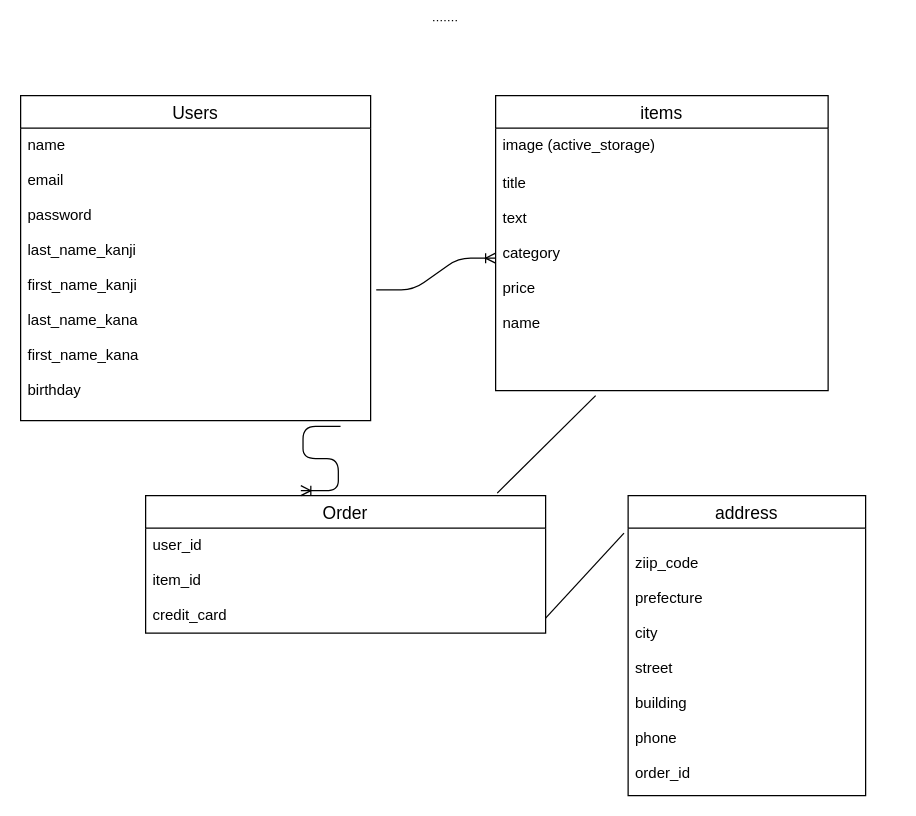
Before: furima.dio in katooomi/furima-36235, a draw.io diagram. Source tidied: cells renumbered, new cells numbered last; positions are measured from the earlier drawing's top-left corner, leaving out a move shared by most shapes. Both pictures are drawn from the tidied source at 125%, with x=0, y=0 at pixel (20, 20).
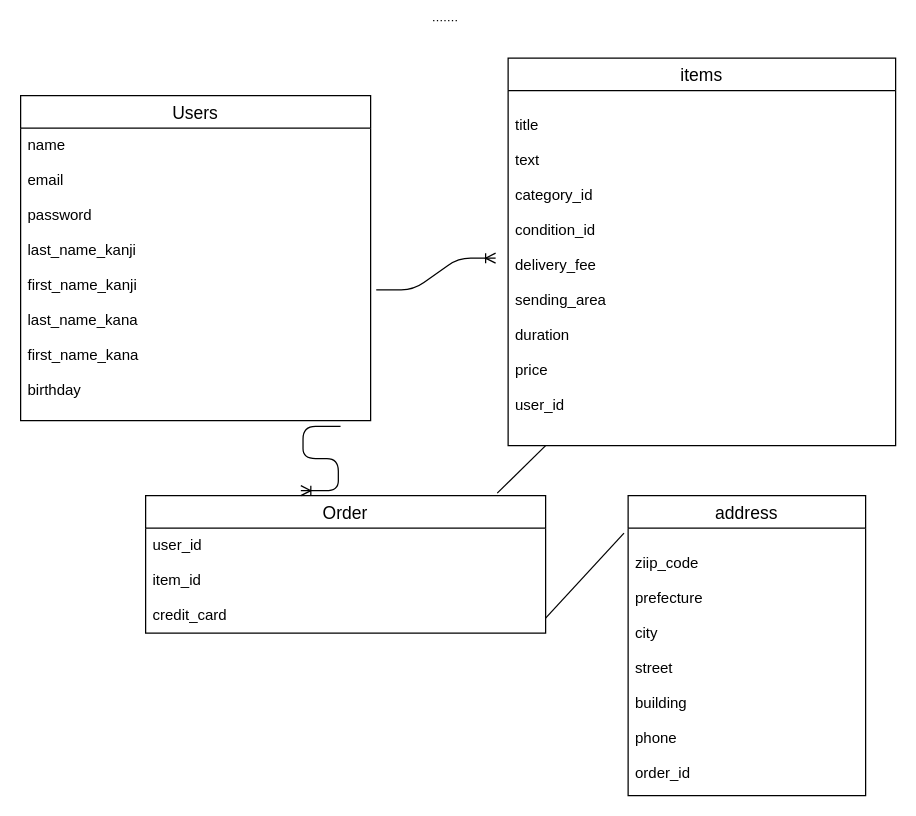
After the change.

Commit message (it also covers changes not shown here):
データ設計（修正２）

The edit, as a diff of the source:
```diff
@@
 <mxGraphModel>
   <root>
     <mxCell id="0" />
     <mxCell id="1" parent="0" />
     <mxCell id="2" value="Users" style="swimlane;fontStyle=0;horizontal=1;startSize=26;align=center;fontSize=14;" parent="1" vertex="1">
       <mxGeometry y="60" width="280" height="260" as="geometry" />
     </mxCell>
     <mxCell id="3" value="name&#10;&#10;email&#10;&#10;password&#10;&#10;last_name_kanji&#10;&#10;first_name_kanji&#10;&#10;last_name_kana&#10;&#10;first_name_kana&#10;&#10;birthday&#10;&#10;" style="text;strokeColor=none;fillColor=none;spacingLeft=4;spacingRight=4;overflow=hidden;points=[[0,0.5],[1,0.5]];portConstraint=eastwest;fontSize=12;" parent="2" vertex="1">
       <mxGeometry y="26" width="280" height="234" as="geometry" />
     </mxCell>
     <mxCell id="4" value="items" style="swimlane;fontStyle=0;horizontal=1;startSize=26;align=center;fontSize=14;" parent="1" vertex="1">
-      <mxGeometry x="380" y="60" width="266" height="236" as="geometry" />
+      <mxGeometry x="390" y="30" width="310" height="310" as="geometry" />
     </mxCell>
-    <mxCell id="5" value="image (active_storage) " style="text;strokeColor=none;fillColor=none;spacingLeft=4;spacingRight=4;overflow=hidden;fontSize=12;" parent="4" vertex="1">
-      <mxGeometry y="26" width="266" height="30" as="geometry" />
-    </mxCell>
-    <mxCell id="6" value="title&#10;&#10;text&#10;&#10;category&#10;&#10;price&#10;&#10;name&#10;&#10;&#10;" style="text;strokeColor=none;fillColor=none;spacingLeft=4;spacingRight=4;overflow=hidden;fontSize=12;" parent="4" vertex="1">
-      <mxGeometry y="56" width="266" height="180" as="geometry" />
+    <mxCell id="6" value="&#10;title&#10;&#10;text&#10;&#10;category_id&#10;&#10;condition_id&#10;&#10;delivery_fee&#10;&#10;sending_area&#10;&#10;duration&#10;&#10;price&#10;&#10;user_id&#10;&#10;" style="text;strokeColor=none;fillColor=none;spacingLeft=4;spacingRight=4;overflow=hidden;fontSize=12;" parent="4" vertex="1">
+      <mxGeometry y="26" width="310" height="284" as="geometry" />
     </mxCell>
     <mxCell id="7" value="Order" style="swimlane;fontStyle=0;horizontal=1;startSize=26;align=center;fontSize=14;" parent="1" vertex="1">
       <mxGeometry x="100" y="380" width="320" height="110" as="geometry" />
     </mxCell>
     <mxCell id="8" value="user_id&#10;&#10;item_id&#10;&#10;credit_card" style="text;strokeColor=none;fillColor=none;spacingLeft=4;spacingRight=4;overflow=hidden;fontSize=12;" parent="7" vertex="1">
       <mxGeometry y="26" width="320" height="84" as="geometry" />
     </mxCell>
     <mxCell id="9" value="address" style="swimlane;fontStyle=0;horizontal=1;startSize=26;align=center;fontSize=14;" parent="1" vertex="1">
       <mxGeometry x="486" y="380" width="190" height="240" as="geometry" />
     </mxCell>
     <mxCell id="10" value="&#10;ziip_code&#10;&#10;prefecture&#10;&#10;city&#10;&#10;street&#10;&#10;building&#10;&#10;phone&#10;&#10;order_id&#10;&#10;" style="text;strokeColor=none;fillColor=none;spacingLeft=4;spacingRight=4;overflow=hidden;fontSize=12;" parent="9" vertex="1">
       <mxGeometry y="26" width="190" height="214" as="geometry" />
     </mxCell>
     <mxCell id="11" style="edgeStyle=entityRelationEdgeStyle;fontSize=12;html=1;endArrow=ERoneToMany;exitX=1.016;exitY=0.553;exitDx=0;exitDy=0;exitPerimeter=0;" parent="1" edge="1" source="3">
       <mxGeometry relative="1" as="geometry">
         <mxPoint x="380" y="190" as="targetPoint" />
       </mxGeometry>
     </mxCell>
     <mxCell id="12" style="endArrow=none;html=1;rounded=0;exitX=0.879;exitY=-0.018;exitDx=0;exitDy=0;exitPerimeter=0;" parent="1" edge="1" source="7">
       <mxGeometry relative="1" as="geometry">
-        <mxPoint x="460" y="300" as="targetPoint" />
+        <mxPoint x="420" y="340" as="targetPoint" />
       </mxGeometry>
     </mxCell>
     <mxCell id="13" style="edgeStyle=entityRelationEdgeStyle;fontSize=12;html=1;endArrow=ERoneToMany;entryX=0.388;entryY=-0.036;entryDx=0;entryDy=0;entryPerimeter=0;exitX=0.914;exitY=1.02;exitDx=0;exitDy=0;exitPerimeter=0;" parent="1" edge="1" source="3" target="7">
       <mxGeometry relative="1" as="geometry" />
     </mxCell>
     <mxCell id="14" style="endArrow=none;html=1;rounded=0;dashed=1;dashPattern=1 2;" parent="1" edge="1">
       <mxGeometry relative="1" as="geometry">
         <mxPoint x="330" as="sourcePoint" />
         <mxPoint x="350" as="targetPoint" />
       </mxGeometry>
     </mxCell>
     <mxCell id="15" style="endArrow=none;html=1;rounded=0;exitX=0.879;exitY=-0.018;exitDx=0;exitDy=0;exitPerimeter=0;" parent="1" edge="1">
       <mxGeometry relative="1" as="geometry">
         <mxPoint x="420" y="478" as="sourcePoint" />
         <mxPoint x="482.7" y="410" as="targetPoint" />
       </mxGeometry>
     </mxCell>
   </root>
 </mxGraphModel>
```
